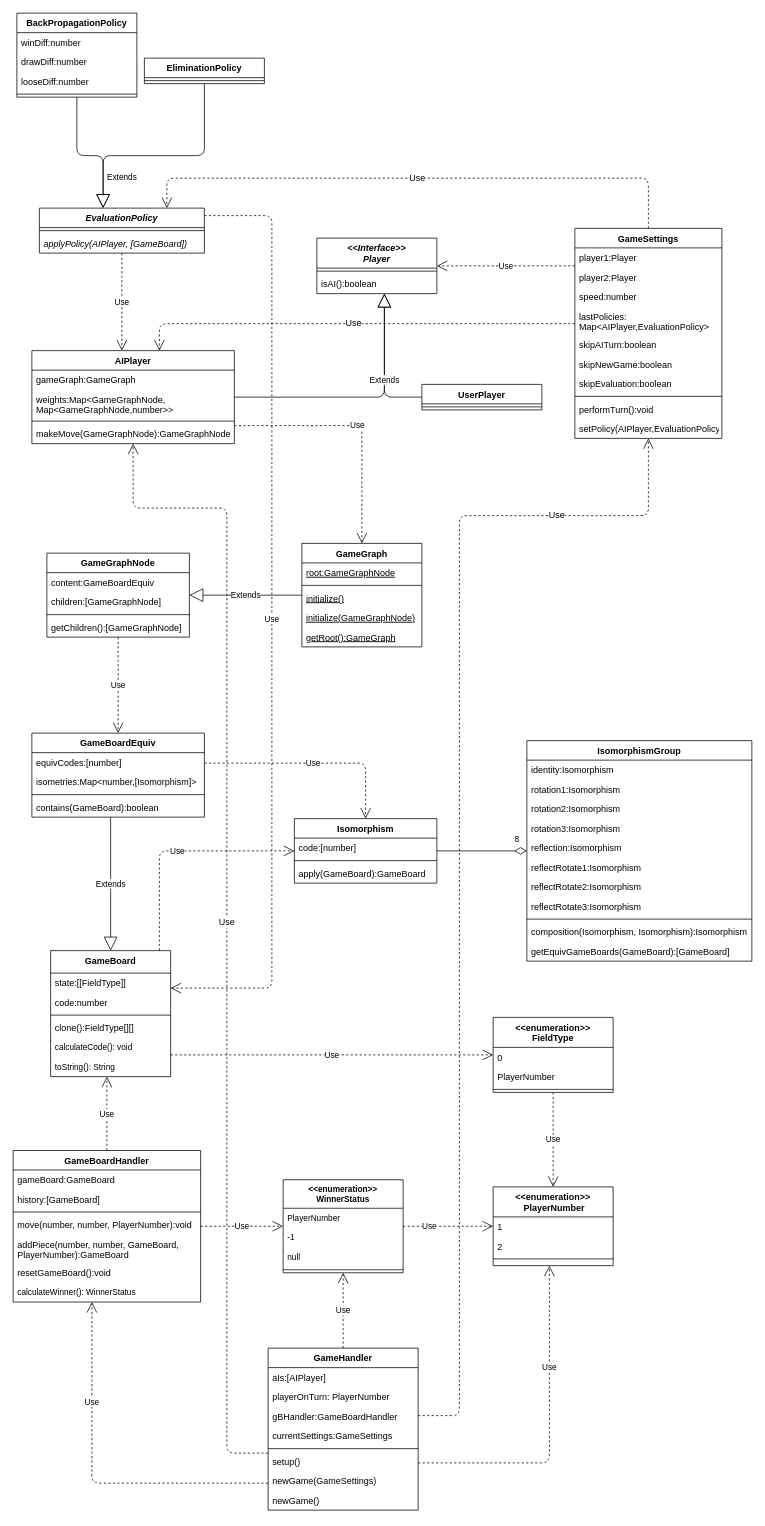
idlaviV/TIKTacToe keeps this draw.io diagram as ProductBacklog/Klassendiagramme/Planung_Neu.drawio. Above is the earlier version. Source tidied: cells renumbered, new cells numbered last; positions are measured from the earlier drawing's top-left corner, leaving out a move shared by most shapes. Both pictures are drawn from the tidied source at 75%, with x=0, y=0 at pixel (13, 13).
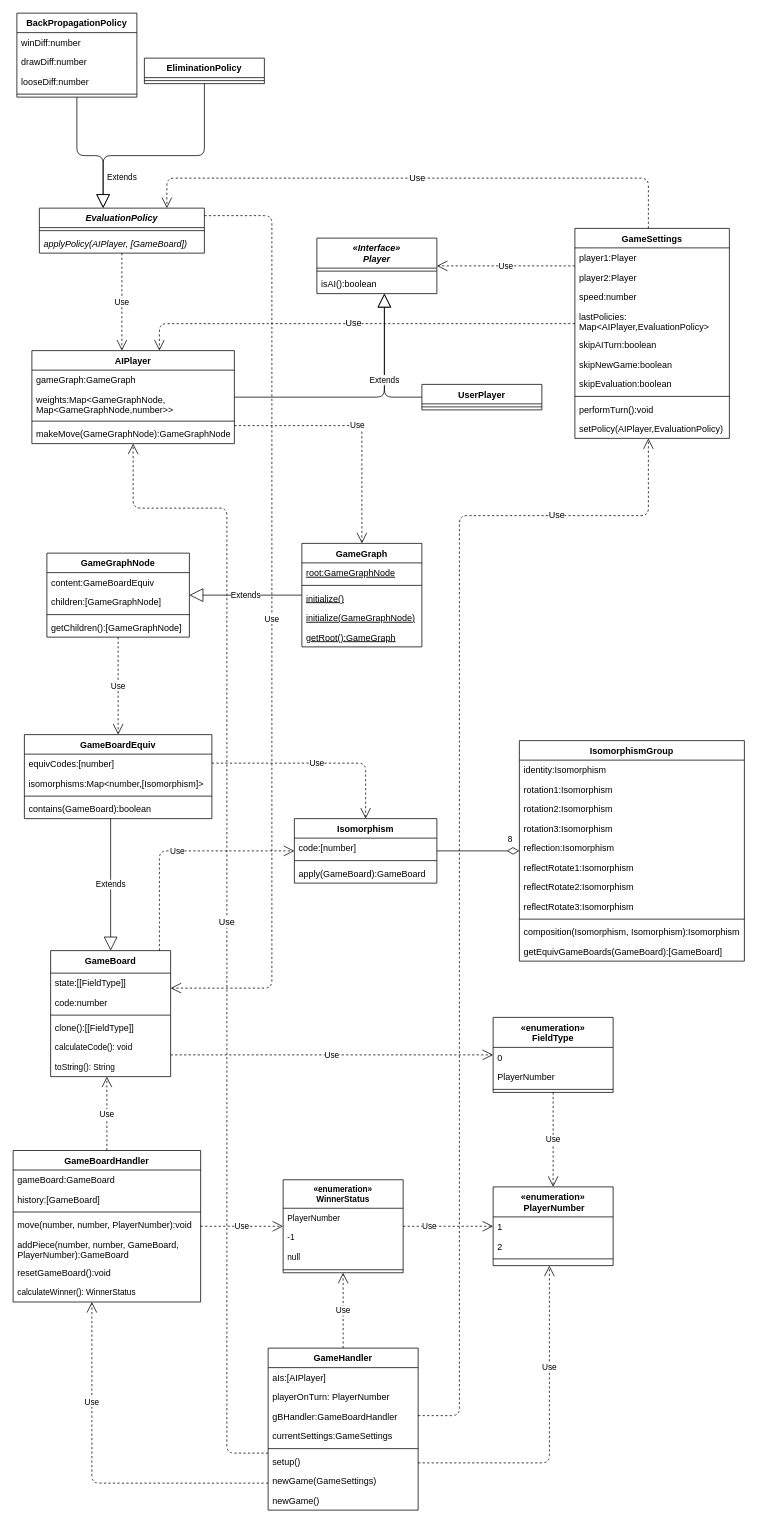
Above is the later version.

Commit message:
optische Änderungen und Typos an Klassendiagrammplanung

The change refers to these unchanged cells:
```xml
<mxCell id="2" value="GameBoard" style="swimlane;fontStyle=1;align=center;verticalAlign=top;horizontal=1;startSize=30;rounded=0;shadow=0;strokeWidth=1;" parent="1" vertex="1">
  <mxGeometry x="50" y="1250" width="160" height="168" as="geometry" />
</mxCell>
```

What changed in the source:
```diff
@@
-    <mxCell id="6" value="clone():FieldType[][]" style="text;align=left;verticalAlign=top;spacingLeft=4;spacingRight=4;overflow=hidden;fontStyle=0;rounded=0;" parent="2" vertex="1">
+    <mxCell id="6" value="clone():[[FieldType]]" style="text;align=left;verticalAlign=top;spacingLeft=4;spacingRight=4;overflow=hidden;fontStyle=0;rounded=0;" parent="2" vertex="1">
       <mxGeometry y="90" width="160" height="26" as="geometry" />
     </mxCell>
@@
-    <mxCell id="17" value="&lt;&lt;enumeration&gt;&gt;&#10; PlayerNumber" style="swimlane;fontStyle=1;align=center;verticalAlign=top;horizontal=1;startSize=40;rounded=0;shadow=0;strokeWidth=1;" parent="1" vertex="1">
+    <mxCell id="17" value="«enumeration»&#10; PlayerNumber" style="swimlane;fontStyle=1;align=center;verticalAlign=top;horizontal=1;startSize=40;rounded=0;shadow=0;strokeWidth=1;" parent="1" vertex="1">
       <mxGeometry x="640" y="1565" width="160" height="105" as="geometry" />
     </mxCell>
@@
-    <mxCell id="21" value="&lt;&lt;enumeration&gt;&gt;&#10;FieldType" style="swimlane;fontStyle=1;align=center;verticalAlign=top;horizontal=1;startSize=40;rounded=0;" parent="1" vertex="1">
+    <mxCell id="21" value="«enumeration»&#10;FieldType" style="swimlane;fontStyle=1;align=center;verticalAlign=top;horizontal=1;startSize=40;rounded=0;" parent="1" vertex="1">
       <mxGeometry x="640" y="1339" width="160" height="100" as="geometry" />
     </mxCell>
@@
-    <mxCell id="28" value="&lt;&lt;enumeration&gt;&gt;&#10;WinnerStatus" style="swimlane;fontStyle=1;align=center;verticalAlign=top;horizontal=1;startSize=38;fontFamily=Helvetica;fontSize=11;fontColor=default;rounded=0;" parent="1" vertex="1">
+    <mxCell id="28" value="«enumeration»&#10;WinnerStatus" style="swimlane;fontStyle=1;align=center;verticalAlign=top;horizontal=1;startSize=38;fontFamily=Helvetica;fontSize=11;fontColor=default;rounded=0;" parent="1" vertex="1">
       <mxGeometry x="360" y="1555.5" width="160" height="124" as="geometry" />
     </mxCell>
@@
     <mxCell id="43" value="IsomorphismGroup" style="swimlane;fontStyle=1;align=center;verticalAlign=top;horizontal=1;startSize=26;rounded=0;" parent="1" vertex="1">
-      <mxGeometry x="685" y="970" width="300" height="294" as="geometry" />
+      <mxGeometry x="675" y="970" width="300" height="294" as="geometry" />
     </mxCell>
@@
     <mxCell id="56" value="GameBoardEquiv" style="swimlane;fontStyle=1;align=center;verticalAlign=top;horizontal=1;startSize=26;" parent="1" vertex="1">
-      <mxGeometry x="25" y="960" width="230" height="112" as="geometry" />
+      <mxGeometry x="15" y="962" width="250" height="112" as="geometry" />
     </mxCell>
     <mxCell id="57" value="equivCodes:[number]" style="text;strokeColor=none;fillColor=none;align=left;verticalAlign=top;spacingLeft=4;spacingRight=4;overflow=hidden;" parent="56" vertex="1">
-      <mxGeometry y="26" width="230" height="26" as="geometry" />
+      <mxGeometry y="26" width="250" height="26" as="geometry" />
     </mxCell>
-    <mxCell id="58" value="isometries:Map&lt;number,[Isomorphism]&gt;" style="text;strokeColor=none;fillColor=none;align=left;verticalAlign=top;spacingLeft=4;spacingRight=4;overflow=hidden;" parent="56" vertex="1">
-      <mxGeometry y="52" width="230" height="26" as="geometry" />
+    <mxCell id="58" value="isomorphisms:Map&lt;number,[Isomorphism]&gt;" style="text;strokeColor=none;fillColor=none;align=left;verticalAlign=top;spacingLeft=4;spacingRight=4;overflow=hidden;" parent="56" vertex="1">
+      <mxGeometry y="52" width="250" height="26" as="geometry" />
     </mxCell>
     <mxCell id="59" style="line;strokeWidth=1;fillColor=none;align=left;verticalAlign=middle;spacingTop=-1;spacingLeft=3;spacingRight=3;labelPosition=right;strokeColor=inherit;" parent="56" vertex="1">
-      <mxGeometry y="78" width="230" height="8" as="geometry" />
+      <mxGeometry y="78" width="250" height="8" as="geometry" />
     </mxCell>
     <mxCell id="60" value="contains(GameBoard):boolean" style="text;strokeColor=none;fillColor=none;align=left;verticalAlign=top;spacingLeft=4;spacingRight=4;overflow=hidden;" parent="56" vertex="1">
-      <mxGeometry y="86" width="230" height="26" as="geometry" />
+      <mxGeometry y="86" width="250" height="26" as="geometry" />
     </mxCell>
@@
-    <mxCell id="82" value="&lt;&lt;Interface&gt;&gt;&#10;Player" style="swimlane;fontStyle=3;align=center;verticalAlign=top;horizontal=1;startSize=40;" parent="1" vertex="1">
+    <mxCell id="82" value="«Interface»&#10;Player" style="swimlane;fontStyle=3;align=center;verticalAlign=top;horizontal=1;startSize=40;" parent="1" vertex="1">
       <mxGeometry x="405" y="300" width="160" height="74" as="geometry" />
     </mxCell>
@@
     <mxCell id="103" value="GameSettings" style="swimlane;fontStyle=1;align=center;verticalAlign=top;horizontal=1;startSize=26;" parent="1" vertex="1">
-      <mxGeometry x="749" y="287" width="196" height="280" as="geometry" />
+      <mxGeometry x="749" y="287" width="206" height="280" as="geometry" />
     </mxCell>
     <mxCell id="104" value="player1:Player" style="text;strokeColor=none;fillColor=none;align=left;verticalAlign=top;spacingLeft=4;spacingRight=4;overflow=hidden;" parent="103" vertex="1">
-      <mxGeometry y="26" width="196" height="26" as="geometry" />
+      <mxGeometry y="26" width="206" height="26" as="geometry" />
     </mxCell>
     <mxCell id="105" value="player2:Player" style="text;strokeColor=none;fillColor=none;align=left;verticalAlign=top;spacingLeft=4;spacingRight=4;overflow=hidden;" parent="103" vertex="1">
-      <mxGeometry y="52" width="196" height="26" as="geometry" />
+      <mxGeometry y="52" width="206" height="26" as="geometry" />
     </mxCell>
     <mxCell id="106" value="speed:number" style="text;strokeColor=none;fillColor=none;align=left;verticalAlign=top;spacingLeft=4;spacingRight=4;overflow=hidden;" parent="103" vertex="1">
-      <mxGeometry y="78" width="196" height="26" as="geometry" />
+      <mxGeometry y="78" width="206" height="26" as="geometry" />
     </mxCell>
     <mxCell id="107" value="lastPolicies:&#10;Map&lt;AIPlayer,EvaluationPolicy&gt;" style="text;strokeColor=none;fillColor=none;align=left;verticalAlign=top;spacingLeft=4;spacingRight=4;overflow=hidden;" parent="103" vertex="1">
-      <mxGeometry y="104" width="196" height="38" as="geometry" />
+      <mxGeometry y="104" width="206" height="38" as="geometry" />
     </mxCell>
     <mxCell id="108" value="skipAITurn:boolean" style="text;strokeColor=none;fillColor=none;align=left;verticalAlign=top;spacingLeft=4;spacingRight=4;overflow=hidden;" parent="103" vertex="1">
-      <mxGeometry y="142" width="196" height="26" as="geometry" />
+      <mxGeometry y="142" width="206" height="26" as="geometry" />
     </mxCell>
     <mxCell id="109" value="skipNewGame:boolean" style="text;strokeColor=none;fillColor=none;align=left;verticalAlign=top;spacingLeft=4;spacingRight=4;overflow=hidden;" parent="103" vertex="1">
-      <mxGeometry y="168" width="196" height="26" as="geometry" />
+      <mxGeometry y="168" width="206" height="26" as="geometry" />
     </mxCell>
     <mxCell id="110" value="skipEvaluation:boolean" style="text;strokeColor=none;fillColor=none;align=left;verticalAlign=top;spacingLeft=4;spacingRight=4;overflow=hidden;" parent="103" vertex="1">
-      <mxGeometry y="194" width="196" height="26" as="geometry" />
+      <mxGeometry y="194" width="206" height="26" as="geometry" />
     </mxCell>
     <mxCell id="111" style="line;strokeWidth=1;fillColor=none;align=left;verticalAlign=middle;spacingTop=-1;spacingLeft=3;spacingRight=3;labelPosition=right;strokeColor=inherit;" parent="103" vertex="1">
-      <mxGeometry y="220" width="196" height="8" as="geometry" />
+      <mxGeometry y="220" width="206" height="8" as="geometry" />
     </mxCell>
     <mxCell id="112" value="performTurn():void" style="text;strokeColor=none;fillColor=none;align=left;verticalAlign=top;spacingLeft=4;spacingRight=4;overflow=hidden;" parent="103" vertex="1">
-      <mxGeometry y="228" width="196" height="26" as="geometry" />
+      <mxGeometry y="228" width="206" height="26" as="geometry" />
     </mxCell>
     <mxCell id="113" value="setPolicy(AIPlayer,EvaluationPolicy)" style="text;strokeColor=none;fillColor=none;align=left;verticalAlign=top;spacingLeft=4;spacingRight=4;overflow=hidden;" parent="103" vertex="1">
-      <mxGeometry y="254" width="196" height="26" as="geometry" />
+      <mxGeometry y="254" width="206" height="26" as="geometry" />
     </mxCell>
```
